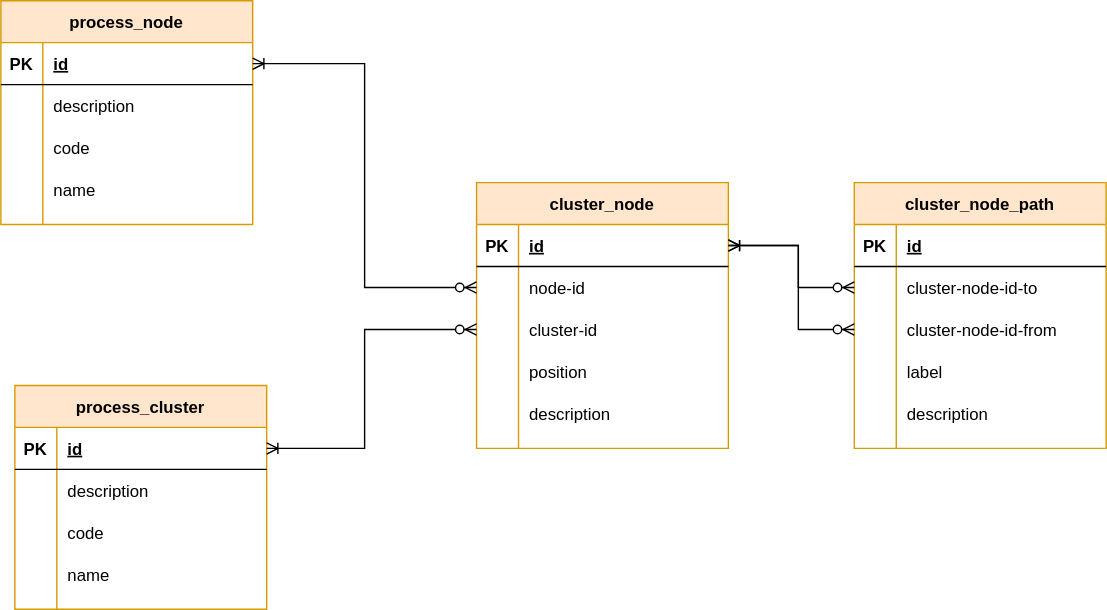
Above: documents/schemas/cluster.svg in our-fancy-team-name/office-space (draw.io), before the change. Source tidied: cells renumbered, new cells last; positions are measured from the earlier drawing's top-left corner, leaving out a move shared by most shapes. Source of this version:
```xml
<mxGraphModel>
  <root>
    <mxCell id="0" />
    <mxCell id="1" parent="0" />
    <mxCell id="2" value="cluster_node_path" style="shape=table;startSize=30;rowLines=0;fontStyle=1;align=center;fillColor=#ffe6cc;strokeColor=#d79b00;" parent="1" vertex="1">
      <mxGeometry x="610" y="130" width="180" height="190" as="geometry" />
    </mxCell>
    <mxCell id="3" style="shape=partialRectangle;fillColor=none;top=0;left=0;bottom=1;right=0;" parent="2" vertex="1">
      <mxGeometry y="30" width="180" height="30" as="geometry" />
    </mxCell>
    <mxCell id="4" value="PK" style="shape=partialRectangle;fillColor=none;top=0;left=0;bottom=0;right=0;fontStyle=1;overflow=hidden;" parent="3" vertex="1">
      <mxGeometry width="30" height="30" as="geometry" />
    </mxCell>
    <mxCell id="5" value="id" style="shape=partialRectangle;fillColor=none;top=0;left=0;bottom=0;right=0;align=left;spacingLeft=6;fontStyle=5;overflow=hidden;" parent="3" vertex="1">
      <mxGeometry x="30" width="150" height="30" as="geometry" />
    </mxCell>
    <mxCell id="6" style="shape=partialRectangle;fillColor=none;top=0;left=0;bottom=0;right=0;points=[[0,0.5],[1,0.5]];portConstraint=eastwest;" parent="2" vertex="1">
      <mxGeometry y="60" width="180" height="30" as="geometry" />
    </mxCell>
    <mxCell id="7" style="shape=partialRectangle;fillColor=none;top=0;left=0;bottom=0;right=0;overflow=hidden;" parent="6" vertex="1">
      <mxGeometry width="30" height="30" as="geometry" />
    </mxCell>
    <mxCell id="8" value="cluster-node-id-to" style="shape=partialRectangle;fillColor=none;top=0;left=0;bottom=0;right=0;align=left;spacingLeft=6;overflow=hidden;" parent="6" vertex="1">
      <mxGeometry x="30" width="150" height="30" as="geometry" />
    </mxCell>
    <mxCell id="9" style="shape=partialRectangle;fillColor=none;top=0;left=0;bottom=0;right=0;points=[[0,0.5],[1,0.5]];portConstraint=eastwest;" parent="2" vertex="1">
      <mxGeometry y="90" width="180" height="30" as="geometry" />
    </mxCell>
    <mxCell id="10" style="shape=partialRectangle;fillColor=none;top=0;left=0;bottom=0;right=0;overflow=hidden;" parent="9" vertex="1">
      <mxGeometry width="30" height="30" as="geometry" />
    </mxCell>
    <mxCell id="11" value="cluster-node-id-from" style="shape=partialRectangle;fillColor=none;top=0;left=0;bottom=0;right=0;align=left;spacingLeft=6;overflow=hidden;" parent="9" vertex="1">
      <mxGeometry x="30" width="150" height="30" as="geometry" />
    </mxCell>
    <mxCell id="12" style="shape=partialRectangle;fillColor=none;top=0;left=0;bottom=0;right=0;" parent="2" vertex="1">
      <mxGeometry y="120" width="180" height="30" as="geometry" />
    </mxCell>
    <mxCell id="13" style="shape=partialRectangle;fillColor=none;top=0;left=0;bottom=0;right=0;overflow=hidden;" parent="12" vertex="1">
      <mxGeometry width="30" height="30" as="geometry" />
    </mxCell>
    <mxCell id="14" value="label" style="shape=partialRectangle;fillColor=none;top=0;left=0;bottom=0;right=0;align=left;spacingLeft=6;overflow=hidden;" parent="12" vertex="1">
      <mxGeometry x="30" width="150" height="30" as="geometry" />
    </mxCell>
    <mxCell id="15" style="shape=partialRectangle;fillColor=none;top=0;left=0;bottom=0;right=0;" parent="2" vertex="1">
      <mxGeometry y="150" width="180" height="30" as="geometry" />
    </mxCell>
    <mxCell id="16" style="shape=partialRectangle;fillColor=none;top=0;left=0;bottom=0;right=0;overflow=hidden;" parent="15" vertex="1">
      <mxGeometry width="30" height="30" as="geometry" />
    </mxCell>
    <mxCell id="17" value="description" style="shape=partialRectangle;fillColor=none;top=0;left=0;bottom=0;right=0;align=left;spacingLeft=6;overflow=hidden;" parent="15" vertex="1">
      <mxGeometry x="30" width="150" height="30" as="geometry" />
    </mxCell>
    <mxCell id="18" value="cluster_node" style="shape=table;startSize=30;rowLines=0;fontStyle=1;align=center;fillColor=#ffe6cc;strokeColor=#d79b00;" parent="1" vertex="1">
      <mxGeometry x="340" y="130" width="180" height="190" as="geometry" />
    </mxCell>
    <mxCell id="19" style="shape=partialRectangle;fillColor=none;top=0;left=0;bottom=1;right=0;points=[[0,0.5],[1,0.5]];portConstraint=eastwest;" parent="18" vertex="1">
      <mxGeometry y="30" width="180" height="30" as="geometry" />
    </mxCell>
    <mxCell id="20" value="PK" style="shape=partialRectangle;fillColor=none;top=0;left=0;bottom=0;right=0;fontStyle=1;overflow=hidden;" parent="19" vertex="1">
      <mxGeometry width="30" height="30" as="geometry" />
    </mxCell>
    <mxCell id="21" value="id" style="shape=partialRectangle;fillColor=none;top=0;left=0;bottom=0;right=0;align=left;spacingLeft=6;fontStyle=5;overflow=hidden;" parent="19" vertex="1">
      <mxGeometry x="30" width="150" height="30" as="geometry" />
    </mxCell>
    <mxCell id="22" style="shape=partialRectangle;fillColor=none;top=0;left=0;bottom=0;right=0;points=[[0,0.5],[1,0.5]];portConstraint=eastwest;" parent="18" vertex="1">
      <mxGeometry y="60" width="180" height="30" as="geometry" />
    </mxCell>
    <mxCell id="23" style="shape=partialRectangle;fillColor=none;top=0;left=0;bottom=0;right=0;overflow=hidden;" parent="22" vertex="1">
      <mxGeometry width="30" height="30" as="geometry" />
    </mxCell>
    <mxCell id="24" value="node-id" style="shape=partialRectangle;fillColor=none;top=0;left=0;bottom=0;right=0;align=left;spacingLeft=6;overflow=hidden;" parent="22" vertex="1">
      <mxGeometry x="30" width="150" height="30" as="geometry" />
    </mxCell>
    <mxCell id="25" style="shape=partialRectangle;fillColor=none;top=0;left=0;bottom=0;right=0;points=[[0,0.5],[1,0.5]];portConstraint=eastwest;" parent="18" vertex="1">
      <mxGeometry y="90" width="180" height="30" as="geometry" />
    </mxCell>
    <mxCell id="26" style="shape=partialRectangle;fillColor=none;top=0;left=0;bottom=0;right=0;overflow=hidden;" parent="25" vertex="1">
      <mxGeometry width="30" height="30" as="geometry" />
    </mxCell>
    <mxCell id="27" value="cluster-id" style="shape=partialRectangle;fillColor=none;top=0;left=0;bottom=0;right=0;align=left;spacingLeft=6;overflow=hidden;" parent="25" vertex="1">
      <mxGeometry x="30" width="150" height="30" as="geometry" />
    </mxCell>
    <mxCell id="28" style="shape=partialRectangle;fillColor=none;top=0;left=0;bottom=0;right=0;" parent="18" vertex="1">
      <mxGeometry y="120" width="180" height="30" as="geometry" />
    </mxCell>
    <mxCell id="29" style="shape=partialRectangle;fillColor=none;top=0;left=0;bottom=0;right=0;overflow=hidden;" parent="28" vertex="1">
      <mxGeometry width="30" height="30" as="geometry" />
    </mxCell>
    <mxCell id="30" value="position" style="shape=partialRectangle;fillColor=none;top=0;left=0;bottom=0;right=0;align=left;spacingLeft=6;overflow=hidden;" parent="28" vertex="1">
      <mxGeometry x="30" width="150" height="30" as="geometry" />
    </mxCell>
    <mxCell id="31" style="shape=partialRectangle;fillColor=none;top=0;left=0;bottom=0;right=0;" parent="18" vertex="1">
      <mxGeometry y="150" width="180" height="30" as="geometry" />
    </mxCell>
    <mxCell id="32" style="shape=partialRectangle;fillColor=none;top=0;left=0;bottom=0;right=0;overflow=hidden;" parent="31" vertex="1">
      <mxGeometry width="30" height="30" as="geometry" />
    </mxCell>
    <mxCell id="33" value="description" style="shape=partialRectangle;fillColor=none;top=0;left=0;bottom=0;right=0;align=left;spacingLeft=6;overflow=hidden;" parent="31" vertex="1">
      <mxGeometry x="30" width="150" height="30" as="geometry" />
    </mxCell>
    <mxCell id="34" value="process_cluster" style="shape=table;startSize=30;rowLines=0;fontStyle=1;align=center;fillColor=#ffe6cc;strokeColor=#d79b00;" parent="1" vertex="1">
      <mxGeometry x="10" y="275" width="180" height="160" as="geometry" />
    </mxCell>
    <mxCell id="35" style="shape=partialRectangle;fillColor=none;top=0;left=0;bottom=1;right=0;points=[[0,0.5],[1,0.5]];portConstraint=eastwest;" parent="34" vertex="1">
      <mxGeometry y="30" width="180" height="30" as="geometry" />
    </mxCell>
    <mxCell id="36" value="PK" style="shape=partialRectangle;fillColor=none;top=0;left=0;bottom=0;right=0;fontStyle=1;overflow=hidden;" parent="35" vertex="1">
      <mxGeometry width="30" height="30" as="geometry" />
    </mxCell>
    <mxCell id="37" value="id" style="shape=partialRectangle;fillColor=none;top=0;left=0;bottom=0;right=0;align=left;spacingLeft=6;fontStyle=5;overflow=hidden;" parent="35" vertex="1">
      <mxGeometry x="30" width="150" height="30" as="geometry" />
    </mxCell>
    <mxCell id="38" style="shape=partialRectangle;fillColor=none;top=0;left=0;bottom=0;right=0;" parent="34" vertex="1">
      <mxGeometry y="60" width="180" height="30" as="geometry" />
    </mxCell>
    <mxCell id="39" style="shape=partialRectangle;fillColor=none;top=0;left=0;bottom=0;right=0;overflow=hidden;" parent="38" vertex="1">
      <mxGeometry width="30" height="30" as="geometry" />
    </mxCell>
    <mxCell id="40" value="description" style="shape=partialRectangle;fillColor=none;top=0;left=0;bottom=0;right=0;align=left;spacingLeft=6;overflow=hidden;" parent="38" vertex="1">
      <mxGeometry x="30" width="150" height="30" as="geometry" />
    </mxCell>
    <mxCell id="41" style="shape=partialRectangle;fillColor=none;top=0;left=0;bottom=0;right=0;" parent="34" vertex="1">
      <mxGeometry y="90" width="180" height="30" as="geometry" />
    </mxCell>
    <mxCell id="42" style="shape=partialRectangle;fillColor=none;top=0;left=0;bottom=0;right=0;overflow=hidden;" parent="41" vertex="1">
      <mxGeometry width="30" height="30" as="geometry" />
    </mxCell>
    <mxCell id="43" value="code" style="shape=partialRectangle;fillColor=none;top=0;left=0;bottom=0;right=0;align=left;spacingLeft=6;overflow=hidden;" parent="41" vertex="1">
      <mxGeometry x="30" width="150" height="30" as="geometry" />
    </mxCell>
    <mxCell id="44" style="shape=partialRectangle;fillColor=none;top=0;left=0;bottom=0;right=0;" parent="34" vertex="1">
      <mxGeometry y="120" width="180" height="30" as="geometry" />
    </mxCell>
    <mxCell id="45" style="shape=partialRectangle;fillColor=none;top=0;left=0;bottom=0;right=0;overflow=hidden;" parent="44" vertex="1">
      <mxGeometry width="30" height="30" as="geometry" />
    </mxCell>
    <mxCell id="46" value="name" style="shape=partialRectangle;fillColor=none;top=0;left=0;bottom=0;right=0;align=left;spacingLeft=6;overflow=hidden;" parent="44" vertex="1">
      <mxGeometry x="30" width="150" height="30" as="geometry" />
    </mxCell>
    <mxCell id="47" value="process_node" style="shape=table;startSize=30;rowLines=0;fontStyle=1;align=center;fillColor=#ffe6cc;strokeColor=#d79b00;" parent="1" vertex="1">
      <mxGeometry width="180" height="160" as="geometry" />
    </mxCell>
    <mxCell id="48" style="shape=partialRectangle;fillColor=none;top=0;left=0;bottom=1;right=0;points=[[0,0.5],[1,0.5]];portConstraint=eastwest;" parent="47" vertex="1">
      <mxGeometry y="30" width="180" height="30" as="geometry" />
    </mxCell>
    <mxCell id="49" value="PK" style="shape=partialRectangle;fillColor=none;top=0;left=0;bottom=0;right=0;fontStyle=1;overflow=hidden;" parent="48" vertex="1">
      <mxGeometry width="30" height="30" as="geometry" />
    </mxCell>
    <mxCell id="50" value="id" style="shape=partialRectangle;fillColor=none;top=0;left=0;bottom=0;right=0;align=left;spacingLeft=6;fontStyle=5;overflow=hidden;" parent="48" vertex="1">
      <mxGeometry x="30" width="150" height="30" as="geometry" />
    </mxCell>
    <mxCell id="51" style="shape=partialRectangle;fillColor=none;top=0;left=0;bottom=0;right=0;" parent="47" vertex="1">
      <mxGeometry y="60" width="180" height="30" as="geometry" />
    </mxCell>
    <mxCell id="52" style="shape=partialRectangle;fillColor=none;top=0;left=0;bottom=0;right=0;overflow=hidden;" parent="51" vertex="1">
      <mxGeometry width="30" height="30" as="geometry" />
    </mxCell>
    <mxCell id="53" value="description" style="shape=partialRectangle;fillColor=none;top=0;left=0;bottom=0;right=0;align=left;spacingLeft=6;overflow=hidden;" parent="51" vertex="1">
      <mxGeometry x="30" width="150" height="30" as="geometry" />
    </mxCell>
    <mxCell id="54" style="shape=partialRectangle;fillColor=none;top=0;left=0;bottom=0;right=0;" parent="47" vertex="1">
      <mxGeometry y="90" width="180" height="30" as="geometry" />
    </mxCell>
    <mxCell id="55" style="shape=partialRectangle;fillColor=none;top=0;left=0;bottom=0;right=0;overflow=hidden;" parent="54" vertex="1">
      <mxGeometry width="30" height="30" as="geometry" />
    </mxCell>
    <mxCell id="56" value="code" style="shape=partialRectangle;fillColor=none;top=0;left=0;bottom=0;right=0;align=left;spacingLeft=6;overflow=hidden;" parent="54" vertex="1">
      <mxGeometry x="30" width="150" height="30" as="geometry" />
    </mxCell>
    <mxCell id="57" style="shape=partialRectangle;fillColor=none;top=0;left=0;bottom=0;right=0;" parent="47" vertex="1">
      <mxGeometry y="120" width="180" height="30" as="geometry" />
    </mxCell>
    <mxCell id="58" style="shape=partialRectangle;fillColor=none;top=0;left=0;bottom=0;right=0;overflow=hidden;" parent="57" vertex="1">
      <mxGeometry width="30" height="30" as="geometry" />
    </mxCell>
    <mxCell id="59" value="name" style="shape=partialRectangle;fillColor=none;top=0;left=0;bottom=0;right=0;align=left;spacingLeft=6;overflow=hidden;" parent="57" vertex="1">
      <mxGeometry x="30" width="150" height="30" as="geometry" />
    </mxCell>
    <mxCell id="60" style="edgeStyle=orthogonalEdgeStyle;rounded=0;jettySize=auto;html=1;entryX=1;entryY=0.5;entryDx=0;entryDy=0;endArrow=ERoneToMany;endFill=0;startArrow=ERzeroToMany;startFill=1;exitX=0;exitY=0.5;exitDx=0;exitDy=0;" parent="1" edge="1" source="22" target="48">
      <mxGeometry relative="1" as="geometry">
        <Array as="points">
          <mxPoint x="260" y="205" />
          <mxPoint x="260" y="45" />
        </Array>
      </mxGeometry>
    </mxCell>
    <mxCell id="61" style="edgeStyle=orthogonalEdgeStyle;rounded=0;jettySize=auto;html=1;entryX=1;entryY=0.5;entryDx=0;entryDy=0;endArrow=ERoneToMany;endFill=0;startArrow=ERzeroToMany;startFill=1;exitX=0;exitY=0.5;exitDx=0;exitDy=0;" parent="1" edge="1" source="25" target="35">
      <mxGeometry relative="1" as="geometry">
        <Array as="points">
          <mxPoint x="260" y="235" />
          <mxPoint x="260" y="320" />
        </Array>
      </mxGeometry>
    </mxCell>
    <mxCell id="62" style="edgeStyle=orthogonalEdgeStyle;rounded=0;jettySize=auto;html=1;entryX=1;entryY=0.5;entryDx=0;entryDy=0;endArrow=ERoneToMany;endFill=0;startArrow=ERzeroToMany;startFill=1;exitX=0;exitY=0.5;exitDx=0;exitDy=0;" parent="1" edge="1" source="6" target="19">
      <mxGeometry relative="1" as="geometry">
        <Array as="points">
          <mxPoint x="570" y="205" />
          <mxPoint x="570" y="175" />
        </Array>
      </mxGeometry>
    </mxCell>
    <mxCell id="63" style="edgeStyle=orthogonalEdgeStyle;rounded=0;jettySize=auto;html=1;entryX=0;entryY=0.5;entryDx=0;entryDy=0;endArrow=ERzeroToMany;endFill=1;startArrow=ERoneToMany;startFill=0;" parent="1" edge="1" source="19" target="9">
      <mxGeometry relative="1" as="geometry">
        <Array as="points">
          <mxPoint x="570" y="175" />
          <mxPoint x="570" y="235" />
        </Array>
      </mxGeometry>
    </mxCell>
  </root>
</mxGraphModel>
```
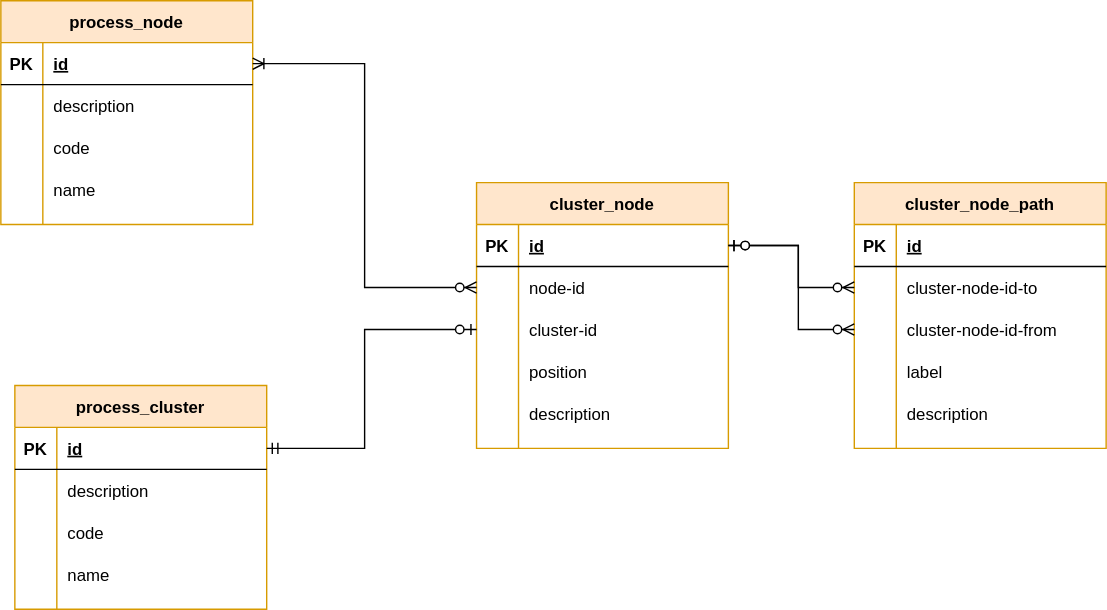
The same diagram one commit later.

The edit, as a diff of the source:
```diff
@@ -184,7 +184,7 @@
         </Array>
       </mxGeometry>
     </mxCell>
-    <mxCell id="61" style="edgeStyle=orthogonalEdgeStyle;rounded=0;jettySize=auto;html=1;entryX=1;entryY=0.5;entryDx=0;entryDy=0;endArrow=ERoneToMany;endFill=0;startArrow=ERzeroToMany;startFill=1;exitX=0;exitY=0.5;exitDx=0;exitDy=0;" parent="1" edge="1" source="25" target="35">
+    <mxCell id="61" style="edgeStyle=orthogonalEdgeStyle;rounded=0;jettySize=auto;html=1;entryX=1;entryY=0.5;entryDx=0;entryDy=0;endArrow=ERmandOne;endFill=0;startArrow=ERzeroToOne;startFill=1;exitX=0;exitY=0.5;exitDx=0;exitDy=0;" parent="1" edge="1" source="25" target="35">
       <mxGeometry relative="1" as="geometry">
         <Array as="points">
           <mxPoint x="260" y="235" />
@@ -192,7 +192,7 @@
         </Array>
       </mxGeometry>
     </mxCell>
-    <mxCell id="62" style="edgeStyle=orthogonalEdgeStyle;rounded=0;jettySize=auto;html=1;entryX=1;entryY=0.5;entryDx=0;entryDy=0;endArrow=ERoneToMany;endFill=0;startArrow=ERzeroToMany;startFill=1;exitX=0;exitY=0.5;exitDx=0;exitDy=0;" parent="1" edge="1" source="6" target="19">
+    <mxCell id="62" style="edgeStyle=orthogonalEdgeStyle;rounded=0;jettySize=auto;html=1;entryX=1;entryY=0.5;entryDx=0;entryDy=0;endArrow=ERzeroToOne;endFill=1;startArrow=ERzeroToMany;startFill=1;exitX=0;exitY=0.5;exitDx=0;exitDy=0;" parent="1" edge="1" source="6" target="19">
       <mxGeometry relative="1" as="geometry">
         <Array as="points">
           <mxPoint x="570" y="205" />
@@ -200,7 +200,7 @@
         </Array>
       </mxGeometry>
     </mxCell>
-    <mxCell id="63" style="edgeStyle=orthogonalEdgeStyle;rounded=0;jettySize=auto;html=1;entryX=0;entryY=0.5;entryDx=0;entryDy=0;endArrow=ERzeroToMany;endFill=1;startArrow=ERoneToMany;startFill=0;" parent="1" edge="1" source="19" target="9">
+    <mxCell id="63" style="edgeStyle=orthogonalEdgeStyle;rounded=0;jettySize=auto;html=1;entryX=0;entryY=0.5;entryDx=0;entryDy=0;endArrow=ERzeroToMany;endFill=1;startArrow=ERzeroToOne;startFill=1;" parent="1" edge="1" source="19" target="9">
       <mxGeometry relative="1" as="geometry">
         <Array as="points">
           <mxPoint x="570" y="175" />
```
